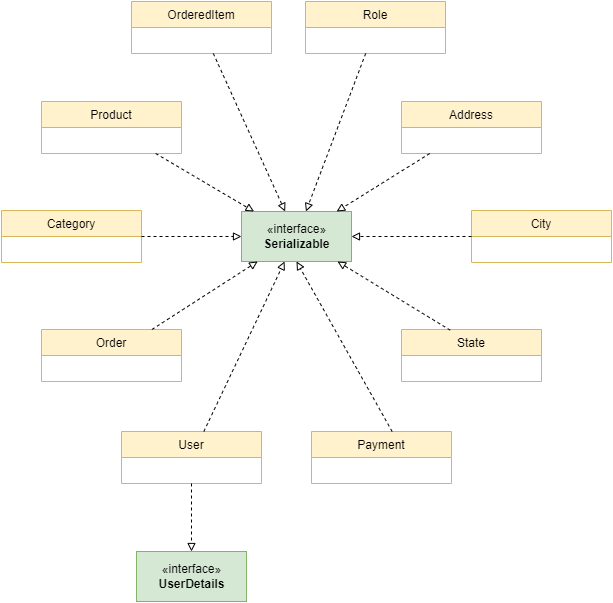
Before: docs/img/Diagramas/DiagramaDeClassesInterfaces.png, a diagram exported from draw.io (UnBArqDsw2022-1/2022.1_G3_Bazar). Source tidied: cells renumbered, new cells last; positions are measured from the earlier drawing's top-left corner, leaving out a move shared by most shapes. Its diagram source:
```xml
<mxGraphModel>
  <root>
    <mxCell id="0" />
    <mxCell id="1" parent="0" />
    <mxCell id="2" value="User" style="swimlane;fontStyle=0;horizontal=1;startSize=26;fillColor=#fff2cc;strokeColor=#d6b656;" parent="1" vertex="1">
      <mxGeometry x="120" y="430" width="140" height="52" as="geometry" />
    </mxCell>
    <mxCell id="3" value="Role" style="swimlane;fontStyle=0;horizontal=1;startSize=26;fillColor=#fff2cc;strokeColor=#d6b656;" parent="1" vertex="1">
      <mxGeometry x="304" width="140" height="52" as="geometry" />
    </mxCell>
    <mxCell id="4" value="Address" style="swimlane;fontStyle=0;horizontal=1;startSize=26;fillColor=#fff2cc;strokeColor=#d6b656;" parent="1" vertex="1">
      <mxGeometry x="400" y="100" width="140" height="52" as="geometry" />
    </mxCell>
    <mxCell id="5" value="City" style="swimlane;fontStyle=0;horizontal=1;startSize=26;fillColor=#fff2cc;strokeColor=#d6b656;" parent="1" vertex="1">
      <mxGeometry x="470" y="209" width="140" height="52" as="geometry" />
    </mxCell>
    <mxCell id="6" value="State" style="swimlane;fontStyle=0;horizontal=1;startSize=26;fillColor=#fff2cc;strokeColor=#d6b656;" parent="1" vertex="1">
      <mxGeometry x="400" y="328" width="140" height="52" as="geometry" />
    </mxCell>
    <mxCell id="7" value="Order" style="swimlane;fontStyle=0;horizontal=1;startSize=26;fillColor=#fff2cc;strokeColor=#d6b656;" parent="1" vertex="1">
      <mxGeometry x="40" y="328" width="140" height="52" as="geometry" />
    </mxCell>
    <mxCell id="8" value="Payment" style="swimlane;fontStyle=0;horizontal=1;startSize=26;fillColor=#fff2cc;strokeColor=#d6b656;" parent="1" vertex="1">
      <mxGeometry x="310" y="430" width="140" height="52" as="geometry" />
    </mxCell>
    <mxCell id="9" value="Product" style="swimlane;fontStyle=0;horizontal=1;startSize=26;fillColor=#fff2cc;strokeColor=#d6b656;" parent="1" vertex="1">
      <mxGeometry x="40" y="100" width="140" height="52" as="geometry" />
    </mxCell>
    <mxCell id="10" value="Category" style="swimlane;fontStyle=0;horizontal=1;startSize=26;fillColor=#fff2cc;strokeColor=#d6b656;" parent="1" vertex="1">
      <mxGeometry y="209" width="140" height="52" as="geometry" />
    </mxCell>
    <mxCell id="11" value="«interface»&lt;br&gt;&lt;b&gt;Serializable&lt;/b&gt;" style="html=1;fillColor=#d5e8d4;strokeColor=#82b366;" parent="1" vertex="1">
      <mxGeometry x="240" y="210" width="110" height="50" as="geometry" />
    </mxCell>
    <mxCell id="12" style="endArrow=block;html=1;rounded=0;dashed=1;endFill=0;" parent="1" edge="1" source="2" target="11">
      <mxGeometry relative="1" as="geometry" />
    </mxCell>
    <mxCell id="13" style="endArrow=block;html=1;rounded=0;dashed=1;endFill=0;" parent="1" edge="1" source="3" target="11">
      <mxGeometry relative="1" as="geometry" />
    </mxCell>
    <mxCell id="14" style="endArrow=block;html=1;rounded=0;dashed=1;endFill=0;" parent="1" edge="1" source="4" target="11">
      <mxGeometry relative="1" as="geometry" />
    </mxCell>
    <mxCell id="15" style="endArrow=block;html=1;rounded=0;dashed=1;endFill=0;" parent="1" edge="1" source="5" target="11">
      <mxGeometry relative="1" as="geometry" />
    </mxCell>
    <mxCell id="16" style="endArrow=block;html=1;rounded=0;dashed=1;endFill=0;" parent="1" edge="1" source="9" target="11">
      <mxGeometry relative="1" as="geometry" />
    </mxCell>
    <mxCell id="17" style="endArrow=block;html=1;rounded=0;dashed=1;endFill=0;" parent="1" edge="1" source="7" target="11">
      <mxGeometry relative="1" as="geometry" />
    </mxCell>
    <mxCell id="18" style="endArrow=block;html=1;rounded=0;dashed=1;endFill=0;exitX=0.348;exitY=0.013;exitDx=0;exitDy=0;exitPerimeter=0;" parent="1" edge="1" source="6" target="11">
      <mxGeometry relative="1" as="geometry" />
    </mxCell>
    <mxCell id="19" style="endArrow=block;html=1;rounded=0;dashed=1;endFill=0;exitX=0.576;exitY=0;exitDx=0;exitDy=0;exitPerimeter=0;entryX=0.5;entryY=1;entryDx=0;entryDy=0;" parent="1" edge="1" source="8" target="11">
      <mxGeometry relative="1" as="geometry" />
    </mxCell>
    <mxCell id="20" style="endArrow=block;html=1;rounded=0;dashed=1;endFill=0;" parent="1" edge="1" source="10" target="11">
      <mxGeometry relative="1" as="geometry" />
    </mxCell>
    <mxCell id="21" value="«interface»&lt;br&gt;&lt;b&gt;UserDetails&lt;/b&gt;" style="html=1;fillColor=#d5e8d4;strokeColor=#82b366;" parent="1" vertex="1">
      <mxGeometry x="135" y="550" width="110" height="50" as="geometry" />
    </mxCell>
    <mxCell id="22" style="endArrow=block;html=1;rounded=0;dashed=1;endFill=0;" parent="1" edge="1" source="2" target="21">
      <mxGeometry relative="1" as="geometry" />
    </mxCell>
    <mxCell id="23" value="OrderedItem" style="swimlane;fontStyle=0;horizontal=1;startSize=26;fillColor=#fff2cc;strokeColor=#d6b656;" parent="1" vertex="1">
      <mxGeometry x="130" width="140" height="52" as="geometry" />
    </mxCell>
    <mxCell id="24" style="endArrow=block;html=1;rounded=0;dashed=1;endFill=0;" parent="1" edge="1" source="23" target="11">
      <mxGeometry relative="1" as="geometry" />
    </mxCell>
  </root>
</mxGraphModel>
```
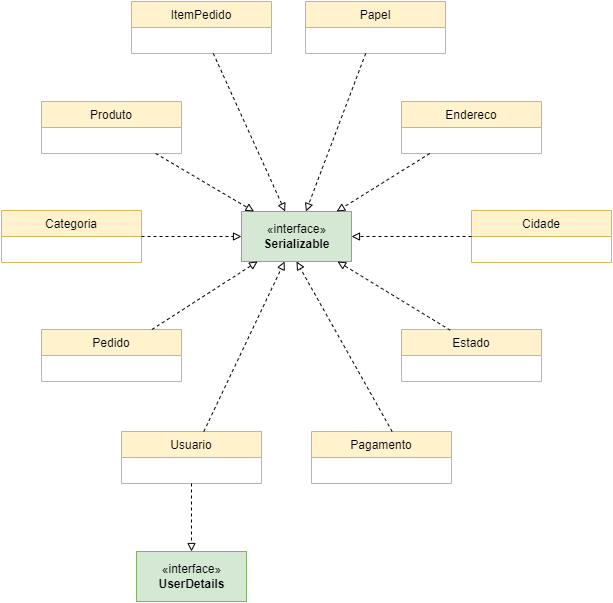
The same file after the commit.

Commit message:
Updating class diagram

What changed in the source:
```diff
@@ -2,31 +2,31 @@
   <root>
     <mxCell id="0" />
     <mxCell id="1" parent="0" />
-    <mxCell id="2" value="User" style="swimlane;fontStyle=0;horizontal=1;startSize=26;fillColor=#fff2cc;strokeColor=#d6b656;" parent="1" vertex="1">
+    <mxCell id="2" value="Usuario" style="swimlane;fontStyle=0;horizontal=1;startSize=26;fillColor=#fff2cc;strokeColor=#d6b656;" parent="1" vertex="1">
       <mxGeometry x="120" y="430" width="140" height="52" as="geometry" />
     </mxCell>
-    <mxCell id="3" value="Role" style="swimlane;fontStyle=0;horizontal=1;startSize=26;fillColor=#fff2cc;strokeColor=#d6b656;" parent="1" vertex="1">
+    <mxCell id="3" value="Papel" style="swimlane;fontStyle=0;horizontal=1;startSize=26;fillColor=#fff2cc;strokeColor=#d6b656;" parent="1" vertex="1">
       <mxGeometry x="304" width="140" height="52" as="geometry" />
     </mxCell>
-    <mxCell id="4" value="Address" style="swimlane;fontStyle=0;horizontal=1;startSize=26;fillColor=#fff2cc;strokeColor=#d6b656;" parent="1" vertex="1">
+    <mxCell id="4" value="Endereco" style="swimlane;fontStyle=0;horizontal=1;startSize=26;fillColor=#fff2cc;strokeColor=#d6b656;" parent="1" vertex="1">
       <mxGeometry x="400" y="100" width="140" height="52" as="geometry" />
     </mxCell>
-    <mxCell id="5" value="City" style="swimlane;fontStyle=0;horizontal=1;startSize=26;fillColor=#fff2cc;strokeColor=#d6b656;" parent="1" vertex="1">
+    <mxCell id="5" value="Cidade" style="swimlane;fontStyle=0;horizontal=1;startSize=26;fillColor=#fff2cc;strokeColor=#d6b656;" parent="1" vertex="1">
       <mxGeometry x="470" y="209" width="140" height="52" as="geometry" />
     </mxCell>
-    <mxCell id="6" value="State" style="swimlane;fontStyle=0;horizontal=1;startSize=26;fillColor=#fff2cc;strokeColor=#d6b656;" parent="1" vertex="1">
+    <mxCell id="6" value="Estado" style="swimlane;fontStyle=0;horizontal=1;startSize=26;fillColor=#fff2cc;strokeColor=#d6b656;" parent="1" vertex="1">
       <mxGeometry x="400" y="328" width="140" height="52" as="geometry" />
     </mxCell>
-    <mxCell id="7" value="Order" style="swimlane;fontStyle=0;horizontal=1;startSize=26;fillColor=#fff2cc;strokeColor=#d6b656;" parent="1" vertex="1">
+    <mxCell id="7" value="Pedido" style="swimlane;fontStyle=0;horizontal=1;startSize=26;fillColor=#fff2cc;strokeColor=#d6b656;" parent="1" vertex="1">
       <mxGeometry x="40" y="328" width="140" height="52" as="geometry" />
     </mxCell>
-    <mxCell id="8" value="Payment" style="swimlane;fontStyle=0;horizontal=1;startSize=26;fillColor=#fff2cc;strokeColor=#d6b656;" parent="1" vertex="1">
+    <mxCell id="8" value="Pagamento" style="swimlane;fontStyle=0;horizontal=1;startSize=26;fillColor=#fff2cc;strokeColor=#d6b656;" parent="1" vertex="1">
       <mxGeometry x="310" y="430" width="140" height="52" as="geometry" />
     </mxCell>
-    <mxCell id="9" value="Product" style="swimlane;fontStyle=0;horizontal=1;startSize=26;fillColor=#fff2cc;strokeColor=#d6b656;" parent="1" vertex="1">
+    <mxCell id="9" value="Produto" style="swimlane;fontStyle=0;horizontal=1;startSize=26;fillColor=#fff2cc;strokeColor=#d6b656;" parent="1" vertex="1">
       <mxGeometry x="40" y="100" width="140" height="52" as="geometry" />
     </mxCell>
-    <mxCell id="10" value="Category" style="swimlane;fontStyle=0;horizontal=1;startSize=26;fillColor=#fff2cc;strokeColor=#d6b656;" parent="1" vertex="1">
+    <mxCell id="10" value="Categoria" style="swimlane;fontStyle=0;horizontal=1;startSize=26;fillColor=#fff2cc;strokeColor=#d6b656;" parent="1" vertex="1">
       <mxGeometry y="209" width="140" height="52" as="geometry" />
     </mxCell>
     <mxCell id="11" value="«interface»&lt;br&gt;&lt;b&gt;Serializable&lt;/b&gt;" style="html=1;fillColor=#d5e8d4;strokeColor=#82b366;" parent="1" vertex="1">
@@ -65,7 +65,7 @@
     <mxCell id="22" style="endArrow=block;html=1;rounded=0;dashed=1;endFill=0;" parent="1" edge="1" source="2" target="21">
       <mxGeometry relative="1" as="geometry" />
     </mxCell>
-    <mxCell id="23" value="OrderedItem" style="swimlane;fontStyle=0;horizontal=1;startSize=26;fillColor=#fff2cc;strokeColor=#d6b656;" parent="1" vertex="1">
+    <mxCell id="23" value="ItemPedido" style="swimlane;fontStyle=0;horizontal=1;startSize=26;fillColor=#fff2cc;strokeColor=#d6b656;" parent="1" vertex="1">
       <mxGeometry x="130" width="140" height="52" as="geometry" />
     </mxCell>
     <mxCell id="24" style="endArrow=block;html=1;rounded=0;dashed=1;endFill=0;" parent="1" edge="1" source="23" target="11">
```
